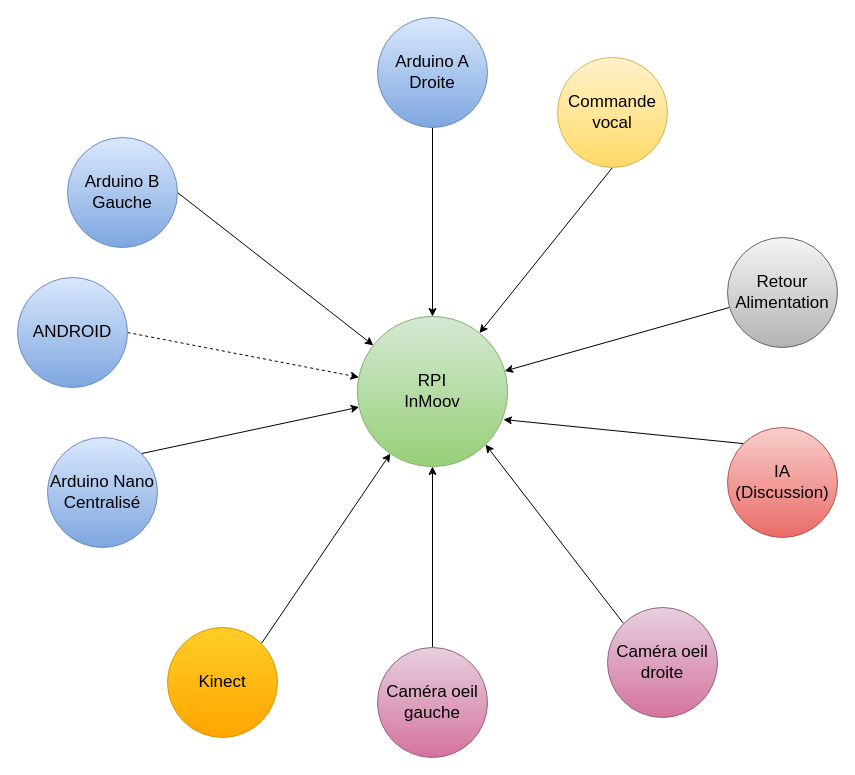
Above: page "Schéma système" (1 of 4) of 01 - Etude/Diagrammes système.drawio in QGim/OS_InMoov (draw.io), before the change. Source tidied: cells renumbered, new cells numbered last; positions are measured from the earlier drawing's top-left corner, leaving out a move shared by most shapes. Both pictures are drawn from the tidied source at 100%, with x=0, y=0 at pixel (17, 17).
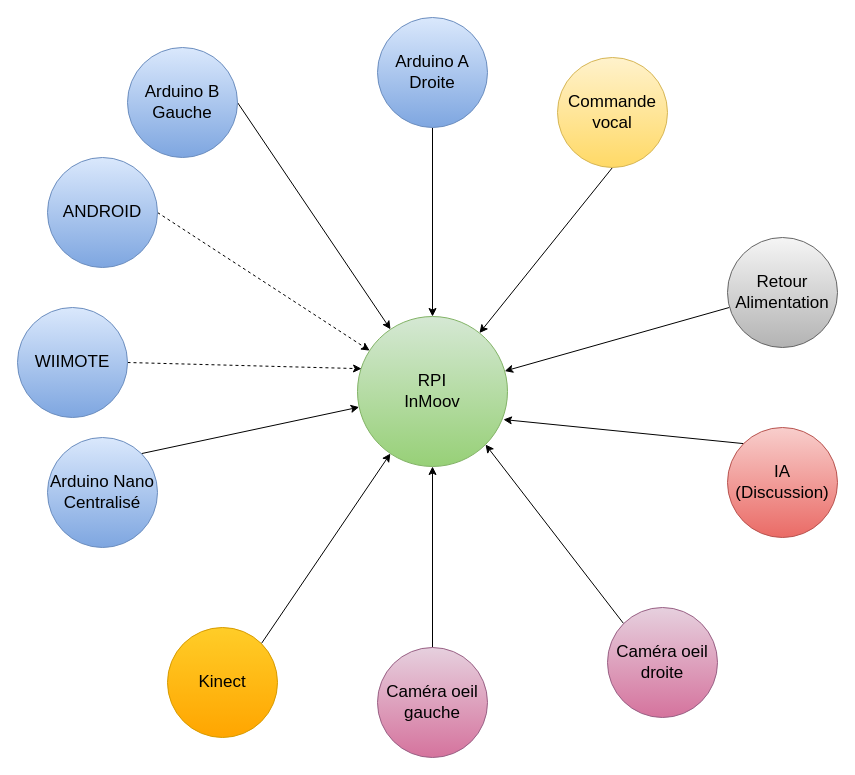
After the change.

Unchanged cells that the change refers to:
```xml
<mxCell id="2" value="&lt;font style=&quot;font-size: 17px&quot;&gt;RPI &lt;br&gt;InMoov&lt;/font&gt;" style="ellipse;whiteSpace=wrap;html=1;flipH=1;fillColor=#d5e8d4;strokeColor=#82b366;gradientColor=#97d077;" parent="1" vertex="1">
  <mxGeometry x="340" y="299" width="150" height="150" as="geometry" />
</mxCell>
```

What changed in the source:
```diff
@@
     <mxCell id="8" value="Arduino B&lt;br&gt;Gauche" style="ellipse;whiteSpace=wrap;html=1;fontSize=17;fillColor=#dae8fc;gradientColor=#7ea6e0;strokeColor=#6c8ebf;" parent="1" vertex="1">
-      <mxGeometry x="50" y="120" width="110" height="110" as="geometry" />
+      <mxGeometry x="110" y="30" width="110" height="110" as="geometry" />
     </mxCell>
@@
     <mxCell id="22" value="ANDROID" style="ellipse;whiteSpace=wrap;html=1;fontSize=17;fillColor=#dae8fc;gradientColor=#7ea6e0;strokeColor=#6c8ebf;" parent="1" vertex="1">
-      <mxGeometry y="260" width="110" height="110" as="geometry" />
+      <mxGeometry x="30" y="140" width="110" height="110" as="geometry" />
     </mxCell>
+    <mxCell id="23" style="rounded=0;jettySize=auto;html=1;exitX=1;exitY=0.5;exitDx=0;exitDy=0;entryX=0.973;entryY=0.348;entryDx=0;entryDy=0;entryPerimeter=0;strokeColor=default;dashed=1;" parent="1" edge="1" source="24" target="2">
+      <mxGeometry relative="1" as="geometry" />
+    </mxCell>
+    <mxCell id="24" value="WIIMOTE" style="ellipse;whiteSpace=wrap;html=1;fontSize=17;fillColor=#dae8fc;gradientColor=#7ea6e0;strokeColor=#6c8ebf;" parent="1" vertex="1">
+      <mxGeometry y="290" width="110" height="110" as="geometry" />
+    </mxCell>
```
